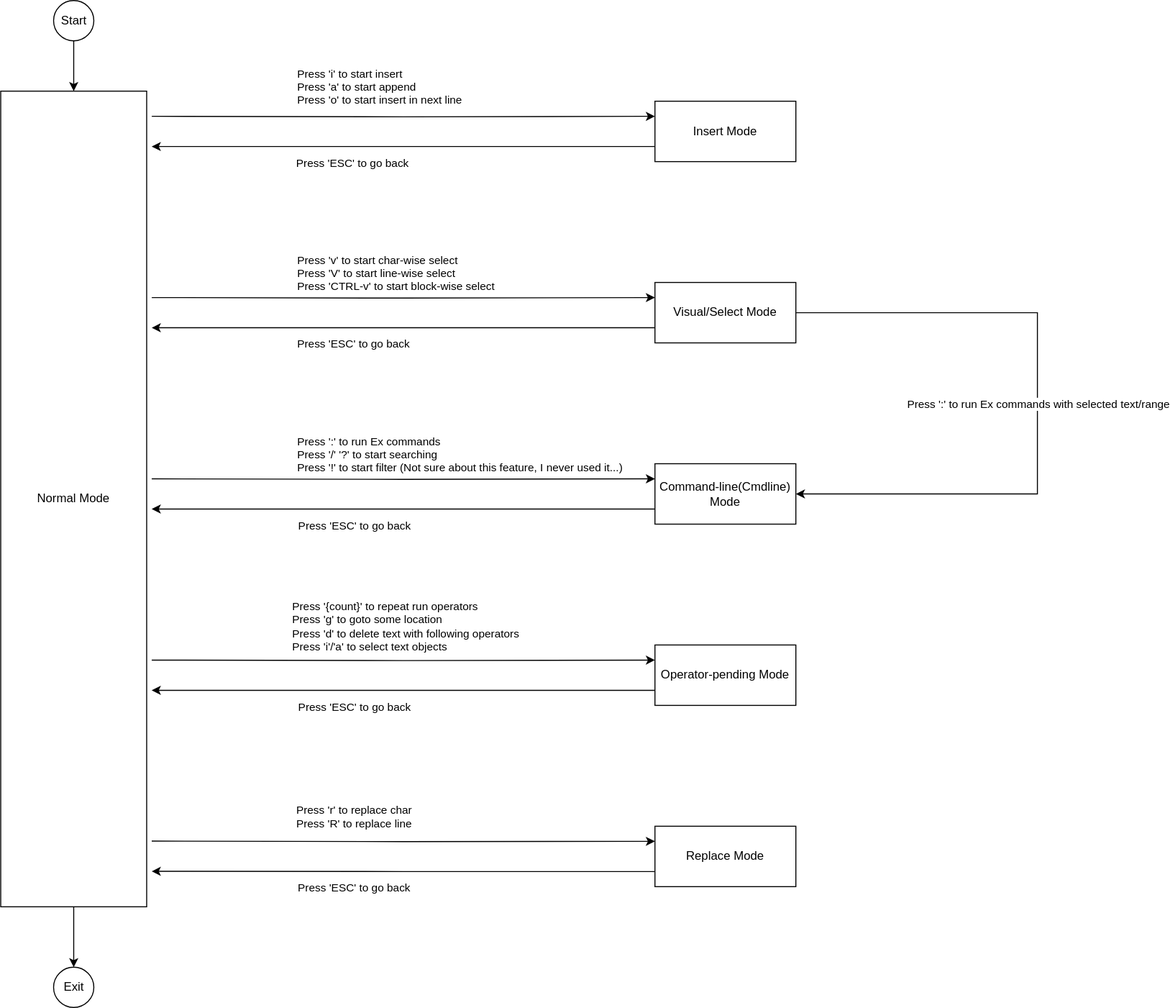
Before: images/5-EditingMode.3.drawio.svg, a diagram exported from draw.io (rsvim/rfc). Source tidied: cells renumbered, new cells last; positions are measured from the earlier drawing's top-left corner, leaving out a move shared by most shapes.
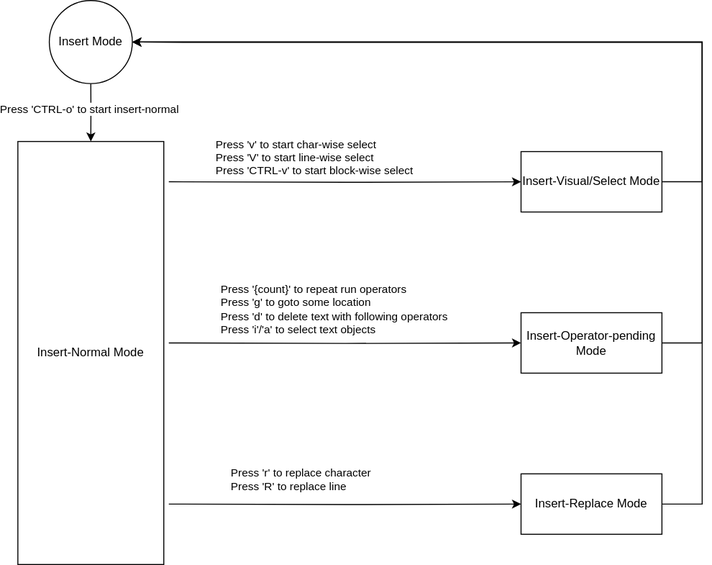
The same file after the commit.

Diff of the diagram source:
```diff
@@ -2,148 +2,82 @@
   <root>
     <mxCell id="0" />
     <mxCell id="1" parent="0" />
-    <mxCell id="2" style="edgeStyle=orthogonalEdgeStyle;rounded=0;jettySize=auto;html=1;entryX=0;entryY=0.25;entryDx=0;entryDy=0;" parent="1" edge="1" target="12">
-      <mxGeometry relative="1" as="geometry">
-        <mxPoint x="150" y="115" as="sourcePoint" />
-      </mxGeometry>
-    </mxCell>
-    <mxCell id="3" value="Press 'i' to start insert&amp;nbsp;&lt;div&gt;&lt;span style=&quot;background-color: light-dark(#ffffff, var(--ge-dark-color, #121212)); color: light-dark(rgb(0, 0, 0), rgb(255, 255, 255));&quot;&gt;Press 'a' to start append&lt;/span&gt;&lt;/div&gt;&lt;div&gt;&lt;span style=&quot;background-color: light-dark(#ffffff, var(--ge-dark-color, #121212)); color: light-dark(rgb(0, 0, 0), rgb(255, 255, 255));&quot;&gt;Press 'o' to start insert in next line&lt;/span&gt;&lt;/div&gt;" style="edgeLabel;html=1;align=left;verticalAlign=middle;" parent="2" vertex="1">
-      <mxGeometry x="-0.33" y="-1" relative="1" as="geometry">
-        <mxPoint x="-25" y="-31" as="offset" />
-      </mxGeometry>
-    </mxCell>
-    <mxCell id="4" style="edgeStyle=orthogonalEdgeStyle;rounded=0;jettySize=auto;html=1;entryX=0;entryY=0.25;entryDx=0;entryDy=0;" parent="1" edge="1" target="15">
+    <mxCell id="4" style="edgeStyle=orthogonalEdgeStyle;rounded=0;jettySize=auto;html=1;entryX=0;entryY=0.5;entryDx=0;entryDy=0;" parent="1" edge="1" target="15">
       <mxGeometry relative="1" as="geometry">
-        <mxPoint x="150" y="295" as="sourcePoint" />
+        <mxPoint x="150" y="130" as="sourcePoint" />
       </mxGeometry>
     </mxCell>
     <mxCell id="5" value="Press 'v' to start char-wise select&lt;div&gt;Press 'V' to start line-wise select&lt;/div&gt;&lt;div&gt;Press 'CTRL-v' to start block-wise select&lt;/div&gt;" style="edgeLabel;html=1;align=left;verticalAlign=middle;" parent="4" vertex="1">
       <mxGeometry x="-0.39" y="-1" relative="1" as="geometry">
-        <mxPoint x="-9" y="-26" as="offset" />
+        <mxPoint x="-62" y="-26" as="offset" />
       </mxGeometry>
     </mxCell>
-    <mxCell id="6" style="edgeStyle=orthogonalEdgeStyle;rounded=0;jettySize=auto;html=1;entryX=0.5;entryY=0;entryDx=0;entryDy=0;" parent="1" edge="1" source="7" target="19">
-      <mxGeometry relative="1" as="geometry" />
-    </mxCell>
-    <mxCell id="7" value="Normal Mode" style="rounded=0;whiteSpace=wrap;html=1;" parent="1" vertex="1">
-      <mxGeometry y="90" width="145" height="810" as="geometry" />
+    <mxCell id="7" value="Insert-Normal Mode" style="rounded=0;whiteSpace=wrap;html=1;" parent="1" vertex="1">
+      <mxGeometry y="90" width="145" height="420" as="geometry" />
     </mxCell>
-    <mxCell id="8" style="edgeStyle=orthogonalEdgeStyle;rounded=0;jettySize=auto;html=1;entryX=0.5;entryY=0;entryDx=0;entryDy=0;" parent="1" edge="1" source="9" target="7">
-      <mxGeometry relative="1" as="geometry" />
-    </mxCell>
-    <mxCell id="9" value="Start" style="ellipse;whiteSpace=wrap;html=1;" parent="1" vertex="1">
-      <mxGeometry x="52.5" width="40" height="40" as="geometry" />
-    </mxCell>
-    <mxCell id="10" style="edgeStyle=orthogonalEdgeStyle;rounded=0;jettySize=auto;html=1;exitX=0;exitY=0.75;exitDx=0;exitDy=0;" parent="1" edge="1" source="12">
-      <mxGeometry relative="1" as="geometry">
-        <mxPoint x="150" y="145" as="targetPoint" />
-      </mxGeometry>
-    </mxCell>
-    <mxCell id="11" value="&lt;span style=&quot;text-align: center;&quot;&gt;Press 'ESC' to go back&lt;/span&gt;" style="edgeLabel;html=1;align=left;verticalAlign=middle;" parent="10" vertex="1">
-      <mxGeometry x="0.11" y="-1" relative="1" as="geometry">
-        <mxPoint x="-81" y="17" as="offset" />
-      </mxGeometry>
-    </mxCell>
-    <mxCell id="12" value="Insert Mode" style="rounded=0;whiteSpace=wrap;html=1;" parent="1" vertex="1">
-      <mxGeometry x="650" y="100" width="140" height="60" as="geometry" />
-    </mxCell>
-    <mxCell id="13" style="edgeStyle=orthogonalEdgeStyle;rounded=0;jettySize=auto;html=1;entryX=1;entryY=0.5;entryDx=0;entryDy=0;" parent="1" edge="1" source="15" target="18">
-      <mxGeometry relative="1" as="geometry">
-        <Array as="points">
-          <mxPoint x="1030" y="310" />
-          <mxPoint x="1030" y="490" />
-        </Array>
-      </mxGeometry>
-    </mxCell>
-    <mxCell id="14" value="Press ':' to run Ex commands with selected text/range" style="edgeLabel;html=1;align=center;verticalAlign=middle;" parent="13" vertex="1">
-      <mxGeometry x="-0.03" relative="1" as="geometry">
-        <mxPoint y="9" as="offset" />
-      </mxGeometry>
-    </mxCell>
+    <mxCell id="34" style="edgeStyle=orthogonalEdgeStyle;rounded=0;jettySize=auto;html=1;entryX=1;entryY=0.5;entryDx=0;entryDy=0;" parent="1" edge="1" source="15" target="12">
+      <mxGeometry relative="1" as="geometry">
+        <Array as="points">
+          <mxPoint x="680" y="130" />
+          <mxPoint x="680" y="-9" />
+        </Array>
+      </mxGeometry>
+    </mxCell>
-    <mxCell id="15" value="Visual/Select Mode" style="rounded=0;whiteSpace=wrap;html=1;" parent="1" vertex="1">
-      <mxGeometry x="650" y="280" width="140" height="60" as="geometry" />
+    <mxCell id="15" value="Insert-Visual/Select Mode" style="rounded=0;whiteSpace=wrap;html=1;" parent="1" vertex="1">
+      <mxGeometry x="500" y="100" width="140" height="60" as="geometry" />
     </mxCell>
-    <mxCell id="16" style="edgeStyle=orthogonalEdgeStyle;rounded=0;jettySize=auto;html=1;exitX=0;exitY=0.75;exitDx=0;exitDy=0;" parent="1" edge="1" source="15">
-      <mxGeometry relative="1" as="geometry">
-        <mxPoint x="150" y="325" as="targetPoint" />
-      </mxGeometry>
-    </mxCell>
-    <mxCell id="17" value="&lt;span style=&quot;text-align: center;&quot;&gt;Press 'ESC' to go back&lt;/span&gt;" style="edgeLabel;html=1;align=left;verticalAlign=middle;" parent="16" vertex="1">
-      <mxGeometry x="0.11" y="-1" relative="1" as="geometry">
-        <mxPoint x="-80" y="16" as="offset" />
-      </mxGeometry>
-    </mxCell>
-    <mxCell id="18" value="Command-line(Cmdline) Mode" style="rounded=0;whiteSpace=wrap;html=1;" parent="1" vertex="1">
-      <mxGeometry x="650" y="460" width="140" height="60" as="geometry" />
-    </mxCell>
-    <mxCell id="19" value="Exit" style="ellipse;whiteSpace=wrap;html=1;" parent="1" vertex="1">
-      <mxGeometry x="52.5" y="960" width="40" height="40" as="geometry" />
-    </mxCell>
-    <mxCell id="20" style="edgeStyle=orthogonalEdgeStyle;rounded=0;jettySize=auto;html=1;entryX=0;entryY=0.25;entryDx=0;entryDy=0;" parent="1" edge="1" target="18">
-      <mxGeometry relative="1" as="geometry">
-        <mxPoint x="150" y="475" as="sourcePoint" />
-      </mxGeometry>
-    </mxCell>
-    <mxCell id="21" value="Press ':' to run Ex commands&lt;div&gt;Press '/' '?' to start searching&lt;br&gt;Press '!' to start filter (Not sure about this feature, I never used it...)&lt;/div&gt;" style="edgeLabel;html=1;align=left;verticalAlign=middle;" parent="20" vertex="1">
-      <mxGeometry x="-0.39" y="-1" relative="1" as="geometry">
-        <mxPoint x="-9" y="-26" as="offset" />
-      </mxGeometry>
-    </mxCell>
-    <mxCell id="22" style="edgeStyle=orthogonalEdgeStyle;rounded=0;jettySize=auto;html=1;exitX=0;exitY=0.75;exitDx=0;exitDy=0;" parent="1" edge="1" source="18">
-      <mxGeometry relative="1" as="geometry">
-        <mxPoint x="150" y="505" as="targetPoint" />
-      </mxGeometry>
-    </mxCell>
-    <mxCell id="23" value="&lt;span style=&quot;text-align: center;&quot;&gt;Press 'ESC' to go back&lt;/span&gt;" style="edgeLabel;html=1;align=left;verticalAlign=middle;" parent="22" vertex="1">
-      <mxGeometry x="0.11" y="-1" relative="1" as="geometry">
-        <mxPoint x="-79" y="17" as="offset" />
-      </mxGeometry>
-    </mxCell>
+    <mxCell id="35" style="edgeStyle=orthogonalEdgeStyle;rounded=0;jettySize=auto;html=1;entryX=1;entryY=0.5;entryDx=0;entryDy=0;" parent="1" edge="1" source="24" target="12">
+      <mxGeometry relative="1" as="geometry">
+        <Array as="points">
+          <mxPoint x="680" y="290" />
+          <mxPoint x="680" y="-9" />
+        </Array>
+      </mxGeometry>
+    </mxCell>
-    <mxCell id="24" value="Operator-pending Mode" style="rounded=0;whiteSpace=wrap;html=1;" parent="1" vertex="1">
-      <mxGeometry x="650" y="640" width="140" height="60" as="geometry" />
+    <mxCell id="24" value="Insert-Operator-pending Mode" style="rounded=0;whiteSpace=wrap;html=1;" parent="1" vertex="1">
+      <mxGeometry x="500" y="260" width="140" height="60" as="geometry" />
     </mxCell>
-    <mxCell id="25" style="edgeStyle=orthogonalEdgeStyle;rounded=0;jettySize=auto;html=1;entryX=0;entryY=0.25;entryDx=0;entryDy=0;" parent="1" edge="1" target="24">
+    <mxCell id="25" style="edgeStyle=orthogonalEdgeStyle;rounded=0;jettySize=auto;html=1;entryX=0;entryY=0.5;entryDx=0;entryDy=0;" parent="1" edge="1" target="24">
       <mxGeometry relative="1" as="geometry">
-        <mxPoint x="150" y="655" as="sourcePoint" />
+        <mxPoint x="150" y="290" as="sourcePoint" />
       </mxGeometry>
     </mxCell>
     <mxCell id="26" value="Press '{count}' to repeat run operators&lt;div&gt;Press 'g' to goto some location&lt;br&gt;&lt;div&gt;Press 'd' to delete text with following operators&lt;/div&gt;&lt;div&gt;Press 'i'/'a' to select text objects&lt;/div&gt;&lt;/div&gt;" style="edgeLabel;html=1;align=left;verticalAlign=middle;" parent="25" vertex="1">
       <mxGeometry x="-0.39" y="-1" relative="1" as="geometry">
-        <mxPoint x="-14" y="-35" as="offset" />
+        <mxPoint x="-57" y="-35" as="offset" />
       </mxGeometry>
     </mxCell>
-    <mxCell id="27" style="edgeStyle=orthogonalEdgeStyle;rounded=0;jettySize=auto;html=1;exitX=0;exitY=0.75;exitDx=0;exitDy=0;" parent="1" edge="1" source="24">
-      <mxGeometry relative="1" as="geometry">
-        <mxPoint x="150" y="685" as="targetPoint" />
-      </mxGeometry>
-    </mxCell>
-    <mxCell id="28" value="&lt;span style=&quot;text-align: center;&quot;&gt;Press 'ESC' to go back&lt;/span&gt;" style="edgeLabel;html=1;align=left;verticalAlign=middle;" parent="27" vertex="1">
-      <mxGeometry x="0.11" y="-1" relative="1" as="geometry">
-        <mxPoint x="-79" y="17" as="offset" />
-      </mxGeometry>
-    </mxCell>
-    <mxCell id="29" style="edgeStyle=orthogonalEdgeStyle;rounded=0;jettySize=auto;html=1;exitX=0;exitY=0.25;exitDx=0;exitDy=0;entryX=0;entryY=0.25;entryDx=0;entryDy=0;" parent="1" edge="1" target="33">
-      <mxGeometry relative="1" as="geometry">
-        <mxPoint x="150" y="834.8" as="sourcePoint" />
-      </mxGeometry>
-    </mxCell>
-    <mxCell id="30" value="Press 'r' to replace char&lt;div&gt;Press 'R' to replace line&lt;/div&gt;" style="edgeLabel;html=1;align=center;verticalAlign=middle;" parent="29" vertex="1">
-      <mxGeometry x="-0.19" y="1" relative="1" as="geometry">
-        <mxPoint x="-3" y="-24" as="offset" />
-      </mxGeometry>
-    </mxCell>
-    <mxCell id="31" style="edgeStyle=orthogonalEdgeStyle;rounded=0;jettySize=auto;html=1;exitX=0;exitY=0.75;exitDx=0;exitDy=0;" parent="1" edge="1" source="33">
-      <mxGeometry relative="1" as="geometry">
-        <mxPoint x="150" y="864.8" as="targetPoint" />
-      </mxGeometry>
-    </mxCell>
-    <mxCell id="32" value="Press 'ESC' to go back" style="edgeLabel;html=1;align=center;verticalAlign=middle;" parent="31" vertex="1">
-      <mxGeometry x="0.29" y="2" relative="1" as="geometry">
-        <mxPoint x="24" y="13" as="offset" />
-      </mxGeometry>
-    </mxCell>
-    <mxCell id="33" value="Replace Mode" style="rounded=0;whiteSpace=wrap;html=1;" parent="1" vertex="1">
-      <mxGeometry x="650" y="820" width="140" height="60" as="geometry" />
-    </mxCell>
+    <mxCell id="36" style="edgeStyle=orthogonalEdgeStyle;rounded=0;jettySize=auto;html=1;entryX=1;entryY=0.5;entryDx=0;entryDy=0;" parent="1" edge="1" source="37" target="12">
+      <mxGeometry relative="1" as="geometry">
+        <Array as="points">
+          <mxPoint x="680" y="450" />
+          <mxPoint x="680" y="-9" />
+        </Array>
+      </mxGeometry>
+    </mxCell>
+    <mxCell id="37" value="Insert-Replace Mode" style="rounded=0;whiteSpace=wrap;html=1;" parent="1" vertex="1">
+      <mxGeometry x="500" y="420" width="140" height="60" as="geometry" />
+    </mxCell>
+    <mxCell id="38" style="edgeStyle=orthogonalEdgeStyle;rounded=0;jettySize=auto;html=1;entryX=0;entryY=0.5;entryDx=0;entryDy=0;" parent="1" edge="1" target="37">
+      <mxGeometry relative="1" as="geometry">
+        <mxPoint x="150" y="450" as="sourcePoint" />
+      </mxGeometry>
+    </mxCell>
+    <mxCell id="39" value="Press 'r' to replace character&lt;div&gt;Press 'R' to replace line&lt;/div&gt;" style="edgeLabel;html=1;align=left;verticalAlign=middle;" parent="38" vertex="1">
+      <mxGeometry x="-0.39" y="-1" relative="1" as="geometry">
+        <mxPoint x="-47" y="-26" as="offset" />
+      </mxGeometry>
+    </mxCell>
+    <mxCell id="40" style="edgeStyle=orthogonalEdgeStyle;rounded=0;jettySize=auto;html=1;" parent="1" edge="1" source="12" target="7">
+      <mxGeometry relative="1" as="geometry" />
+    </mxCell>
+    <mxCell id="41" value="Press 'CTRL-o' to start insert-normal" style="edgeLabel;html=1;align=center;verticalAlign=middle;" parent="40" vertex="1">
+      <mxGeometry x="-0.15" y="-2" relative="1" as="geometry">
+        <mxPoint y="1" as="offset" />
+      </mxGeometry>
+    </mxCell>
+    <mxCell id="12" value="Insert Mode" style="ellipse;whiteSpace=wrap;html=1;" parent="1" vertex="1">
+      <mxGeometry x="31.2" y="-50" width="82.5" height="82.5" as="geometry" />
+    </mxCell>
   </root>
 </mxGraphModel>
```
